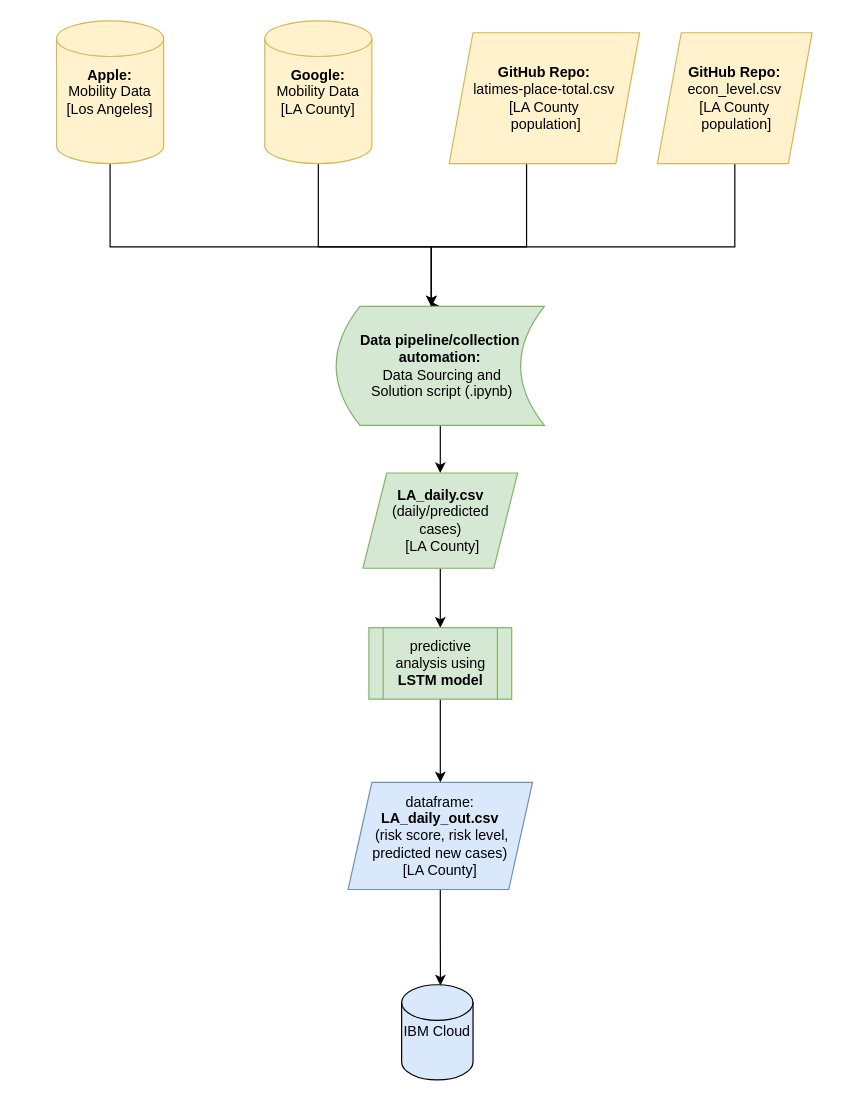
Above: Risk-Score-UMich-Workflow.drawio in skasralikar/Risk-Score-1-UMichZJU (draw.io), before the change. Source tidied: cells renumbered, new cells numbered last; positions are measured from the earlier drawing's top-left corner, leaving out a move shared by most shapes. Both pictures are drawn from the tidied source at 119%, with x=0, y=0 at pixel (56, 20).
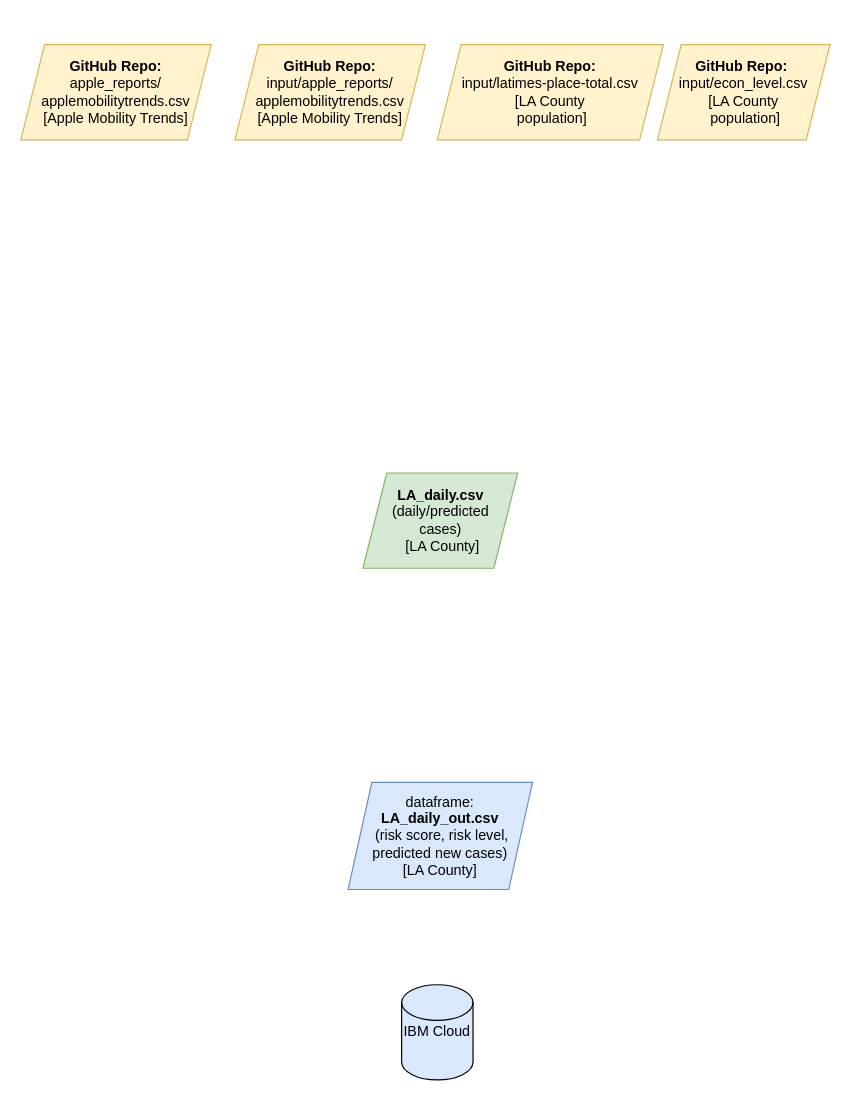
The same page after the edit.

Unchanged cells that the change refers to:
```xml
<mxCell id="12" value="&lt;b&gt;LA_daily.csv &lt;br&gt;&lt;/b&gt;(daily/predicted &lt;br&gt;cases)&lt;br&gt;&amp;nbsp;[LA County]" style="shape=parallelogram;perimeter=parallelogramPerimeter;whiteSpace=wrap;html=1;fixedSize=1;fillColor=#d5e8d4;strokeColor=#82b366;" parent="1" vertex="1">
  <mxGeometry x="257.5" y="380" width="130" height="80" as="geometry" />
</mxCell>
<mxCell id="16" value="dataframe: &lt;br&gt;&lt;b&gt;LA_daily_out.csv&lt;br&gt;&lt;/b&gt;&amp;nbsp;(risk score, risk level, predicted new cases)&lt;br&gt;[LA County]" style="shape=parallelogram;perimeter=parallelogramPerimeter;whiteSpace=wrap;html=1;fixedSize=1;fillColor=#dae8fc;strokeColor=#6c8ebf;" parent="1" vertex="1">
  <mxGeometry x="245" y="640" width="155" height="90" as="geometry" />
</mxCell>
<mxCell id="17" value="IBM Cloud" style="shape=cylinder2;whiteSpace=wrap;html=1;boundedLbl=1;backgroundOutline=1;size=15;fillColor=#DAE8FC;" parent="1" vertex="1">
  <mxGeometry x="290" y="810" width="60" height="80" as="geometry" />
</mxCell>
```

The edit, as a diff of the source:
```diff
@@
-    <mxCell id="2" style="edgeStyle=orthogonalEdgeStyle;rounded=0;jettySize=auto;html=1;entryX=0.5;entryY=0;entryDx=0;entryDy=0;" parent="1" edge="1" target="8">
-      <mxGeometry relative="1" as="geometry">
-        <mxPoint x="395" y="120" as="sourcePoint" />
-        <Array as="points">
-          <mxPoint x="395" y="190" />
-          <mxPoint x="315" y="190" />
-        </Array>
-      </mxGeometry>
-    </mxCell>
-    <mxCell id="3" style="edgeStyle=orthogonalEdgeStyle;rounded=0;jettySize=auto;html=1;" parent="1" edge="1" source="4" target="8">
-      <mxGeometry relative="1" as="geometry">
-        <Array as="points">
-          <mxPoint x="45" y="190" />
-          <mxPoint x="315" y="190" />
-        </Array>
-      </mxGeometry>
-    </mxCell>
-    <mxCell id="4" value="&lt;b&gt;Apple: &lt;br&gt;&lt;/b&gt;Mobility Data [Los Angeles]" style="shape=cylinder2;whiteSpace=wrap;html=1;boundedLbl=1;backgroundOutline=1;size=15;fillColor=#fff2cc;strokeColor=#d6b656;" parent="1" vertex="1">
-      <mxGeometry width="90" height="120" as="geometry" />
-    </mxCell>
-    <mxCell id="5" style="edgeStyle=orthogonalEdgeStyle;rounded=0;jettySize=auto;html=1;entryX=0.5;entryY=0;entryDx=0;entryDy=0;" parent="1" edge="1" source="6" target="8">
-      <mxGeometry relative="1" as="geometry">
-        <Array as="points">
-          <mxPoint x="220" y="190" />
-          <mxPoint x="315" y="190" />
-        </Array>
-      </mxGeometry>
-    </mxCell>
-    <mxCell id="6" value="&lt;b&gt;Google:&lt;br&gt;&lt;/b&gt;Mobility Data [LA County]" style="shape=cylinder2;whiteSpace=wrap;html=1;boundedLbl=1;backgroundOutline=1;size=15;fillColor=#fff2cc;strokeColor=#d6b656;" parent="1" vertex="1">
-      <mxGeometry x="175" width="90" height="120" as="geometry" />
-    </mxCell>
-    <mxCell id="7" style="edgeStyle=orthogonalEdgeStyle;rounded=0;jettySize=auto;html=1;exitX=0.5;exitY=1;exitDx=0;exitDy=0;entryX=0.5;entryY=0;entryDx=0;entryDy=0;" parent="1" edge="1" source="8" target="12">
-      <mxGeometry relative="1" as="geometry" />
-    </mxCell>
-    <mxCell id="8" value="&lt;span&gt;&lt;b&gt;Data pipeline/collection automation:&lt;/b&gt;&lt;br&gt;&amp;nbsp;Data Sourcing and&lt;br&gt;&amp;nbsp;Solution script (.ipynb)&lt;/span&gt;" style="shape=dataStorage;whiteSpace=wrap;html=1;fixedSize=1;fillColor=#d5e8d4;strokeColor=#82b366;" parent="1" vertex="1">
-      <mxGeometry x="235" y="240" width="175" height="100" as="geometry" />
-    </mxCell>
-    <mxCell id="9" style="edgeStyle=orthogonalEdgeStyle;rounded=0;jettySize=auto;html=1;exitX=0.5;exitY=1;exitDx=0;exitDy=0;" parent="1" edge="1" source="10" target="8">
-      <mxGeometry relative="1" as="geometry">
-        <Array as="points">
-          <mxPoint x="570" y="190" />
-          <mxPoint x="315" y="190" />
-        </Array>
-      </mxGeometry>
-    </mxCell>
-    <mxCell id="10" value="&lt;b&gt;GitHub Repo:&lt;/b&gt; econ_level.csv &lt;br&gt;[LA County&lt;br&gt;&amp;nbsp;population]" style="shape=parallelogram;perimeter=parallelogramPerimeter;whiteSpace=wrap;html=1;fixedSize=1;fillColor=#fff2cc;strokeColor=#d6b656;" parent="1" vertex="1">
-      <mxGeometry x="505" y="10" width="130" height="110" as="geometry" />
+    <mxCell id="10" value="&lt;b&gt;GitHub Repo:&lt;/b&gt;&amp;nbsp;&lt;br&gt;input/econ_level.csv &lt;br&gt;[LA County&lt;br&gt;&amp;nbsp;population]" style="shape=parallelogram;perimeter=parallelogramPerimeter;whiteSpace=wrap;html=1;fixedSize=1;fillColor=#fff2cc;strokeColor=#d6b656;" parent="1" vertex="1">
+      <mxGeometry x="505" y="20" width="145" height="80" as="geometry" />
     </mxCell>
-    <mxCell id="11" style="edgeStyle=orthogonalEdgeStyle;rounded=0;jettySize=auto;html=1;" parent="1" edge="1" source="12" target="14">
-      <mxGeometry relative="1" as="geometry" />
-    </mxCell>
@@
-    <mxCell id="13" style="edgeStyle=orthogonalEdgeStyle;rounded=0;jettySize=auto;html=1;exitX=0.5;exitY=1;exitDx=0;exitDy=0;entryX=0.5;entryY=0;entryDx=0;entryDy=0;" parent="1" edge="1" source="14" target="16">
-      <mxGeometry relative="1" as="geometry" />
-    </mxCell>
-    <mxCell id="14" value="predictive analysis using &lt;b&gt;LSTM model&lt;/b&gt;" style="shape=process;whiteSpace=wrap;html=1;backgroundOutline=1;fillColor=#d5e8d4;strokeColor=#82b366;" parent="1" vertex="1">
-      <mxGeometry x="262.5" y="510" width="120" height="60" as="geometry" />
-    </mxCell>
-    <mxCell id="15" style="edgeStyle=orthogonalEdgeStyle;rounded=0;jettySize=auto;html=1;exitX=0.5;exitY=1;exitDx=0;exitDy=0;entryX=0.544;entryY=0.008;entryDx=0;entryDy=0;entryPerimeter=0;" parent="1" edge="1" source="16" target="17">
-      <mxGeometry relative="1" as="geometry" />
-    </mxCell>
@@
-    <mxCell id="18" value="&lt;b&gt;GitHub Repo: &lt;br&gt;&lt;/b&gt;latimes-place-total.csv &lt;br&gt;[LA County&lt;br&gt;&amp;nbsp;population]" style="shape=parallelogram;perimeter=parallelogramPerimeter;whiteSpace=wrap;html=1;fixedSize=1;fillColor=#fff2cc;strokeColor=#d6b656;" parent="1" vertex="1">
-      <mxGeometry x="330" y="10" width="160" height="110" as="geometry" />
+    <mxCell id="18" value="&lt;b&gt;GitHub Repo: &lt;br&gt;&lt;/b&gt;input/latimes-place-total.csv &lt;br&gt;[LA County&lt;br&gt;&amp;nbsp;population]" style="shape=parallelogram;perimeter=parallelogramPerimeter;whiteSpace=wrap;html=1;fixedSize=1;fillColor=#fff2cc;strokeColor=#d6b656;" parent="1" vertex="1">
+      <mxGeometry x="320" y="20" width="190" height="80" as="geometry" />
     </mxCell>
+    <mxCell id="19" value="&lt;b&gt;GitHub Repo: &lt;br&gt;&lt;/b&gt;apple_reports/ applemobilitytrends.csv&lt;br&gt;[Apple Mobility Trends]" style="shape=parallelogram;perimeter=parallelogramPerimeter;whiteSpace=wrap;html=1;fixedSize=1;fillColor=#fff2cc;strokeColor=#d6b656;" parent="1" vertex="1">
+      <mxGeometry x="-30" y="20" width="160" height="80" as="geometry" />
+    </mxCell>
+    <mxCell id="20" value="&lt;b&gt;GitHub Repo: &lt;br&gt;&lt;/b&gt;input/apple_reports/ applemobilitytrends.csv&lt;br&gt;[Apple Mobility Trends]" style="shape=parallelogram;perimeter=parallelogramPerimeter;whiteSpace=wrap;html=1;fixedSize=1;fillColor=#fff2cc;strokeColor=#d6b656;" parent="1" vertex="1">
+      <mxGeometry x="150" y="20" width="160" height="80" as="geometry" />
+    </mxCell>
```
